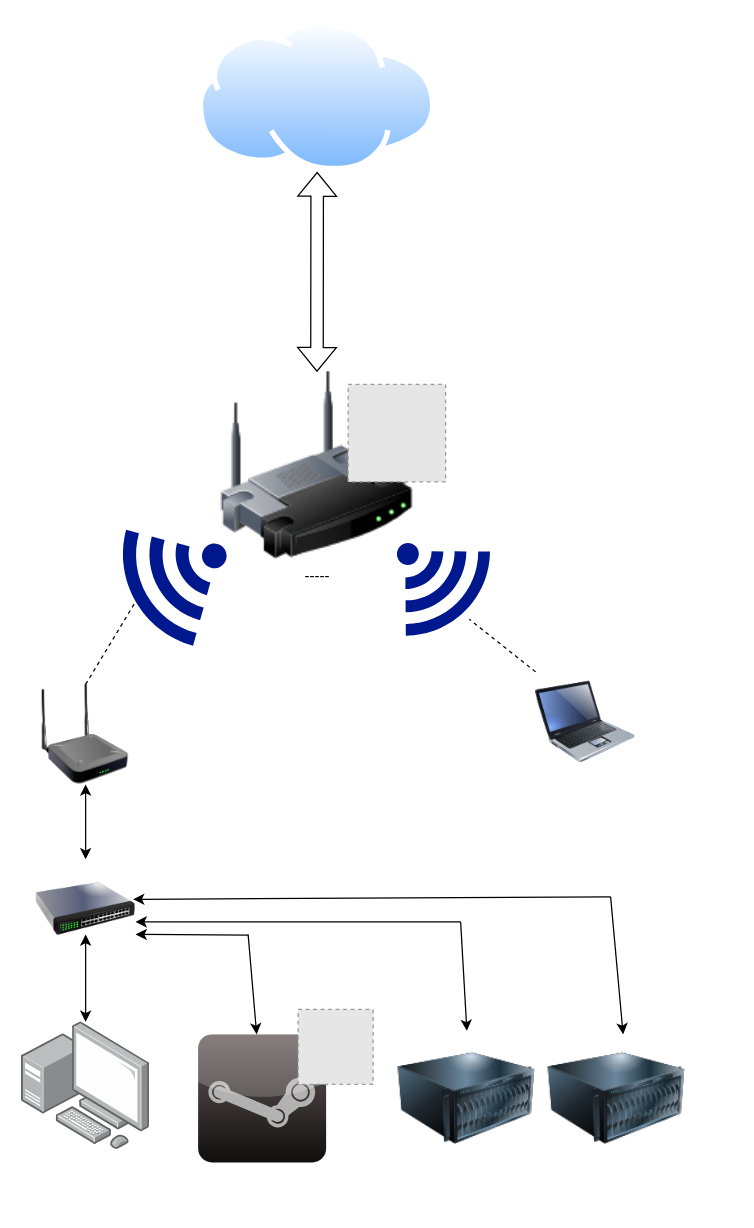
Before: test.drawio in Vik1977/Projects-Documentation, a draw.io diagram. Source tidied: cells renumbered, new cells numbered last; positions are measured from the earlier drawing's top-left corner, leaving out a move shared by most shapes. Both pictures are drawn from the tidied source at 125%, with x=0, y=0 at pixel (21, 21). Pictures stored in the file or linked from it are replaced by grey dashed boxes.
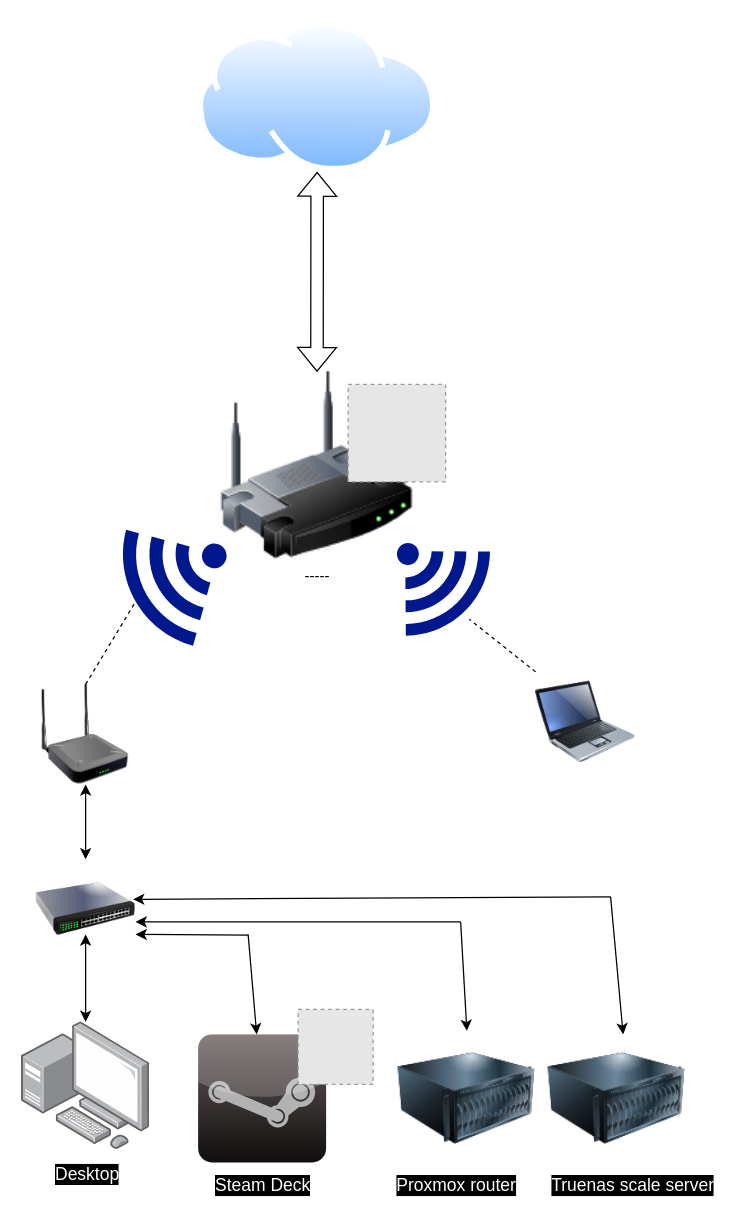
After the change.

Change to the diagram source:
```diff
@@
+    <mxCell id="26" value="&lt;span style=&quot;&quot;&gt;&lt;font style=&quot;font-size: 14px;&quot;&gt;Desktop&lt;/font&gt;&lt;/span&gt;" style="text;strokeColor=none;fillColor=none;align=left;verticalAlign=middle;spacingLeft=4;spacingRight=4;overflow=hidden;whiteSpace=wrap;html=1;fontColor=#FFFFFF;labelBackgroundColor=#000000;" parent="1" vertex="1">
+      <mxGeometry x="21" y="905.6" width="94.4" height="32.4" as="geometry" />
+    </mxCell>
+    <mxCell id="27" value="&lt;span style=&quot;font-size: 14px;&quot;&gt;Steam Deck&lt;/span&gt;" style="text;strokeColor=none;fillColor=none;align=left;verticalAlign=middle;spacingLeft=4;spacingRight=4;overflow=hidden;whiteSpace=wrap;html=1;fontColor=#FFFFFF;labelBackgroundColor=#000000;" parent="1" vertex="1">
+      <mxGeometry x="149" y="915.2" width="94.4" height="32.4" as="geometry" />
+    </mxCell>
+    <mxCell id="28" value="&lt;span style=&quot;&quot;&gt;&lt;font style=&quot;font-size: 14px;&quot;&gt;Proxmox router&lt;/font&gt;&lt;/span&gt;" style="text;strokeColor=none;fillColor=none;align=left;verticalAlign=middle;spacingLeft=4;spacingRight=4;overflow=hidden;whiteSpace=wrap;html=1;fontColor=#FFFFFF;labelBackgroundColor=#000000;" parent="1" vertex="1">
+      <mxGeometry x="293.8" y="915.2" width="124.4" height="32.4" as="geometry" />
+    </mxCell>
+    <mxCell id="29" value="&lt;span style=&quot;font-size: 14px;&quot;&gt;Truenas scale server&lt;/span&gt;" style="text;strokeColor=none;fillColor=none;align=left;verticalAlign=middle;spacingLeft=4;spacingRight=4;overflow=hidden;whiteSpace=wrap;html=1;fontColor=#FFFFFF;labelBackgroundColor=#000000;" parent="1" vertex="1">
+      <mxGeometry x="418.2" y="915.2" width="150" height="32.4" as="geometry" />
+    </mxCell>
```
